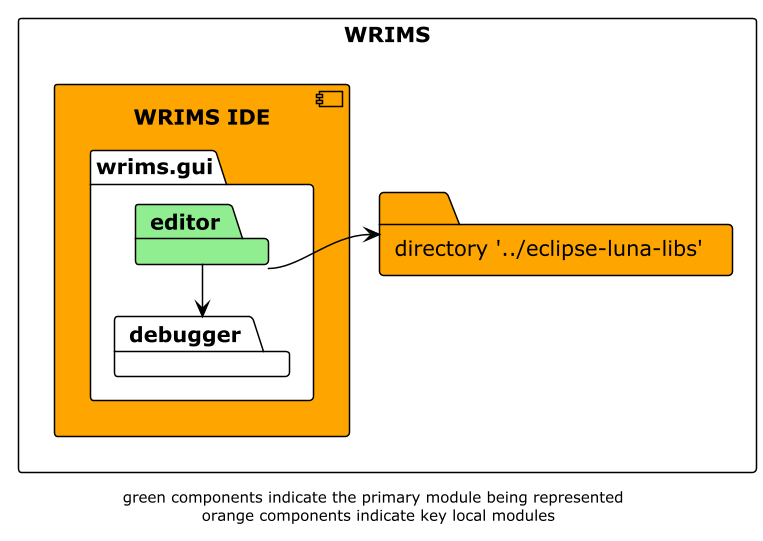
The PlantUML diagram docs/diagrams/wrims-modules/wrims-ide/wrims-ide_editor.png in CentralValleyModeling/wrims-gui, before a commit.
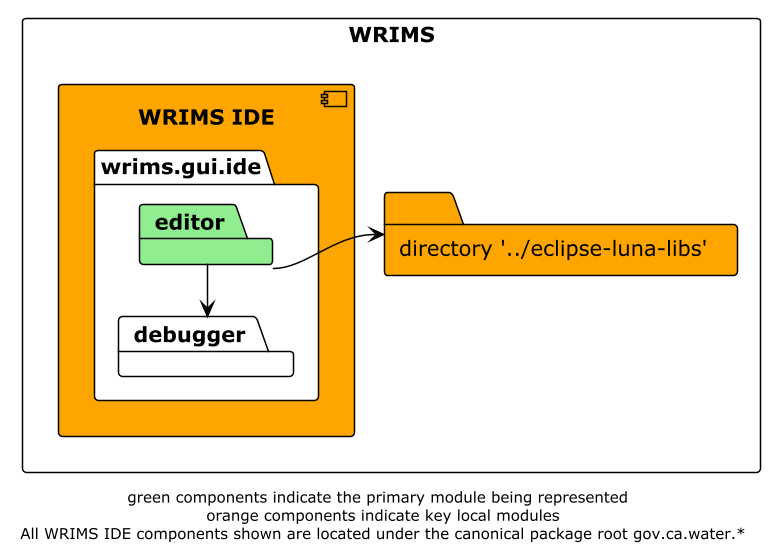
The same diagram one commit later.

The edit, as a diff of the source:
```diff
@@ -6,7 +6,7 @@
 
 rectangle WRIMS {
     component wrims-ide as "WRIMS IDE" #orange {
-        package wrims.gui  {
+        package wrims.gui.ide  {
             package editor #lightgreen
             package debugger
         }
@@ -17,5 +17,5 @@
 editor --> luna_libs
 editor -l-> debugger
 
-footer "green components indicate the primary module being represented \n orange components indicate key local modules"
+footer "green components indicate the primary module being represented \n orange components indicate key local modules\n All WRIMS IDE components shown are located under the canonical package root gov.ca.water.*"
 @enduml
```
